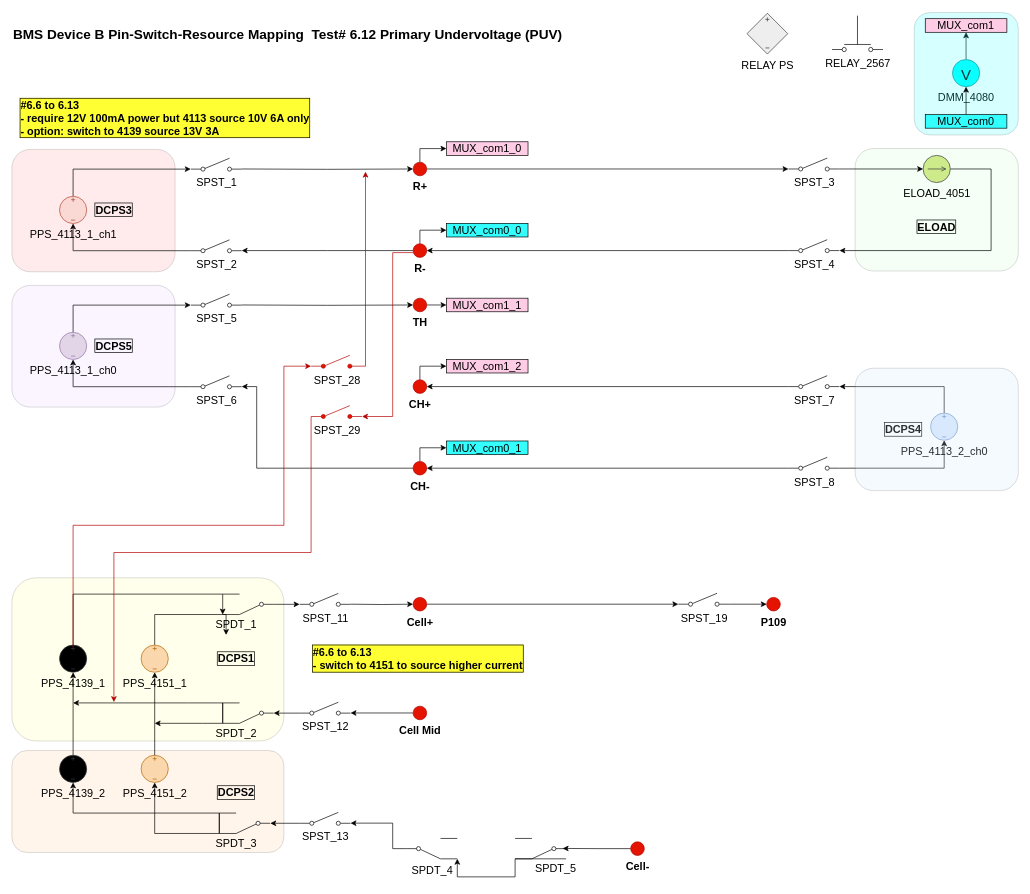
This is BMS_device_B_6p12.drawio from ktlim-xy/draw-io, a draw.io file, before an edit. Source tidied: cells renumbered, new cells numbered last; positions are measured from the earlier drawing's top-left corner, leaving out a move shared by most shapes. Both pictures are drawn from the tidied source at 68%, with x=0, y=0 at pixel (12, 12).
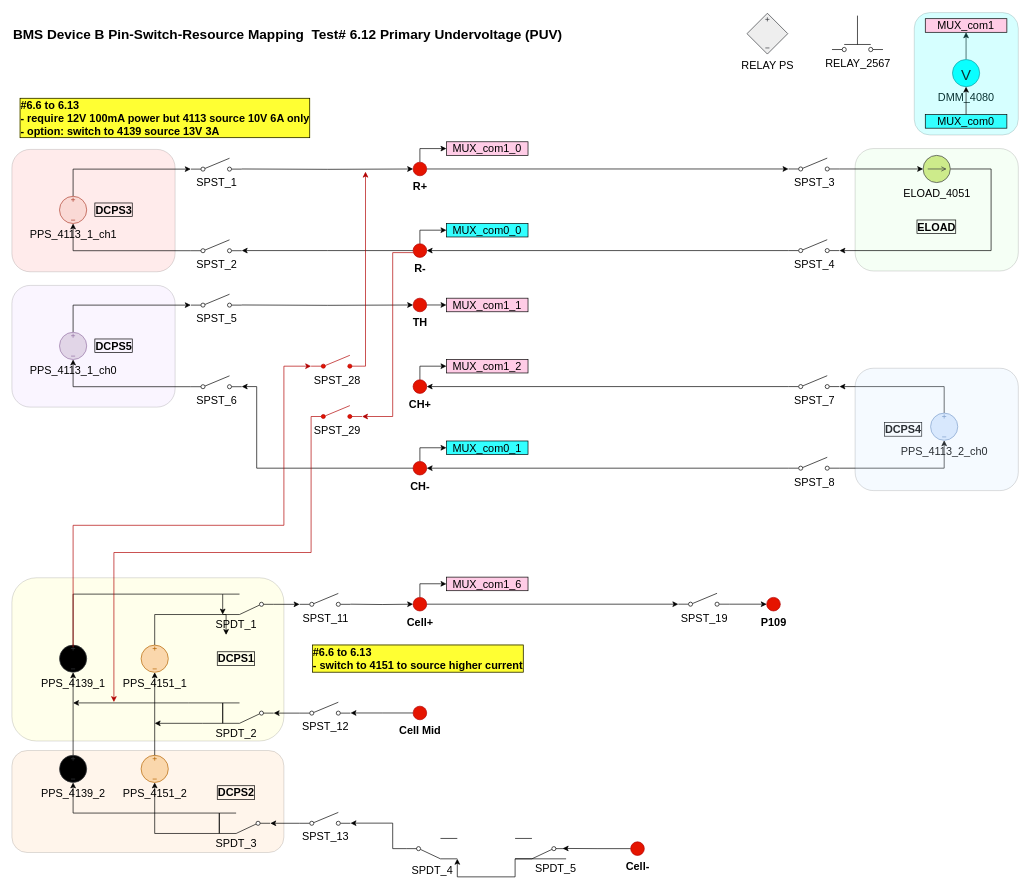
The same page after the edit.

The change refers to these unchanged cells:
```xml
<mxCell id="10" value="Cell+" style="verticalLabelPosition=bottom;shadow=0;dashed=0;align=center;html=1;verticalAlign=top;strokeWidth=1;shape=ellipse;perimeter=ellipsePerimeter;fillColor=#e51400;fontColor=light-dark(#000000,#FF0000);strokeColor=#B20000;fontSize=16;fontStyle=1;" parent="1" vertex="1">
  <mxGeometry x="590" y="861" width="20" height="20" as="geometry" />
</mxCell>
```

What changed in the source:
```diff
@@
+    <mxCell id="114" style="edgeStyle=orthogonalEdgeStyle;rounded=0;jettySize=auto;html=1;exitX=0.5;exitY=0;exitDx=0;exitDy=0;entryX=0;entryY=0.5;entryDx=0;entryDy=0;" parent="1" edge="1" source="10" target="115">
+      <mxGeometry relative="1" as="geometry" />
+    </mxCell>
@@
+    <mxCell id="115" value="MUX_com1_6" style="rounded=0;whiteSpace=wrap;html=1;fillColor=#FFCCE6;fontSize=16;" parent="1" vertex="1">
+      <mxGeometry x="639" y="831.2" width="120" height="20" as="geometry" />
+    </mxCell>
```
